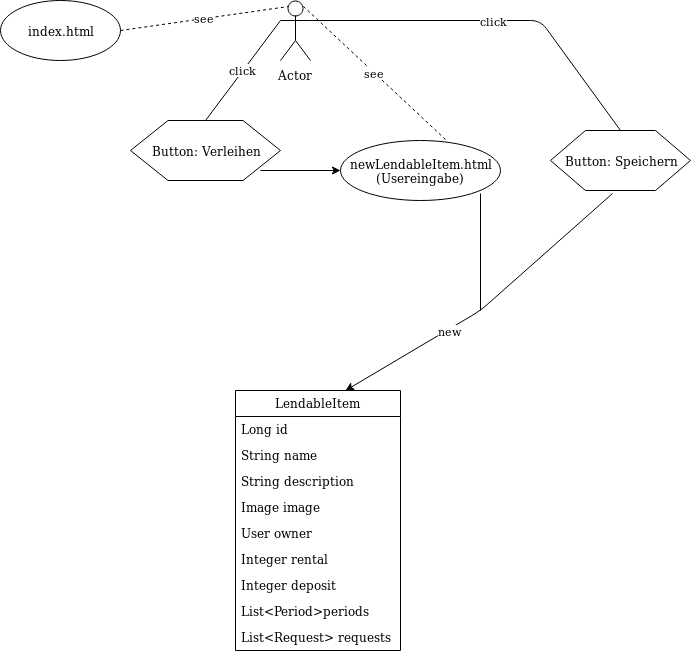
Jukre111/Propra-im-Team keeps this draw.io diagram as Diagram/newLendableItem.png. Above is the earlier version. Source tidied: cells renumbered, new cells last; positions are measured from the earlier drawing's top-left corner, leaving out a move shared by most shapes.
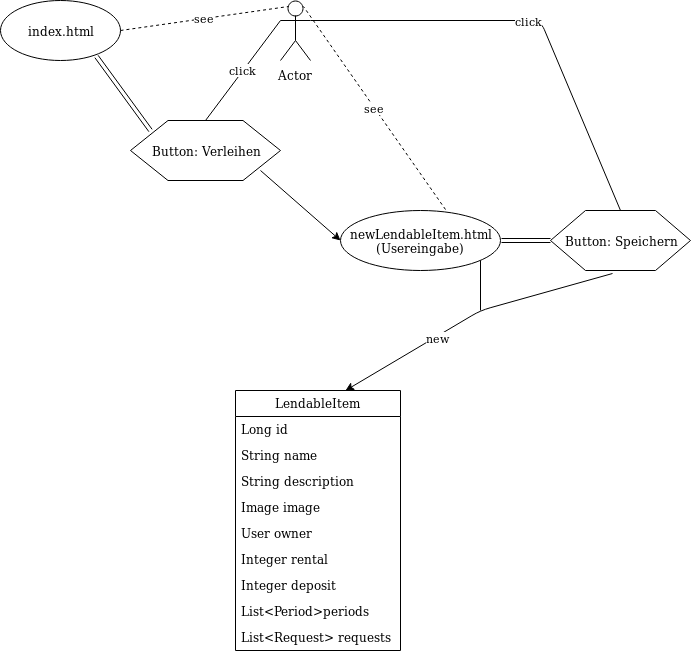
Above is the later version.

Change to the diagram source:
```diff
@@ -17,19 +17,17 @@
     <mxCell id="6" value="click" style="endArrow=none;html=1;entryX=0;entryY=0.3333333333333333;entryDx=0;entryDy=0;entryPerimeter=0;exitX=0.5;exitY=0;exitDx=0;exitDy=0;" parent="1" edge="1" source="5" target="2">
       <mxGeometry relative="1" as="geometry" />
     </mxCell>
-    <mxCell id="7" style="endArrow=classic;html=1;exitX=0.867;exitY=0.833;exitDx=0;exitDy=0;exitPerimeter=0;" parent="1" edge="1" source="5">
-      <mxGeometry relative="1" as="geometry">
-        <mxPoint x="340" y="170" as="targetPoint" />
-      </mxGeometry>
+    <mxCell id="7" style="endArrow=classic;html=1;exitX=0.867;exitY=0.833;exitDx=0;exitDy=0;exitPerimeter=0;entryX=0;entryY=0.5;entryDx=0;entryDy=0;" parent="1" edge="1" source="5" target="8">
+      <mxGeometry relative="1" as="geometry" />
     </mxCell>
     <mxCell id="8" value="&lt;div&gt;newLendableItem.html&lt;/div&gt;&lt;div&gt;(Usereingabe)&lt;br&gt;&lt;/div&gt;" style="ellipse;whiteSpace=wrap;html=1;" parent="1" vertex="1">
-      <mxGeometry x="340" y="140" width="160" height="60" as="geometry" />
+      <mxGeometry x="340" y="210" width="160" height="60" as="geometry" />
     </mxCell>
     <mxCell id="9" value="see" style="endArrow=none;dashed=1;html=1;entryX=0.75;entryY=0.1;entryDx=0;entryDy=0;entryPerimeter=0;exitX=0.656;exitY=-0.017;exitDx=0;exitDy=0;exitPerimeter=0;" parent="1" edge="1" source="8" target="2">
       <mxGeometry relative="1" as="geometry" />
     </mxCell>
     <mxCell id="10" value="Button: Speichern" style="shape=hexagon;perimeter=hexagonPerimeter2;whiteSpace=wrap;html=1;" parent="1" vertex="1">
-      <mxGeometry x="550" y="130" width="140" height="60" as="geometry" />
+      <mxGeometry x="550" y="210" width="140" height="60" as="geometry" />
     </mxCell>
     <mxCell id="11" value="click" style="endArrow=none;html=1;entryX=0.5;entryY=0;entryDx=0;entryDy=0;" parent="1" edge="1" target="10">
       <mxGeometry relative="1" as="geometry">
@@ -50,7 +48,7 @@
     <mxCell id="13" style="endArrow=none;html=1;" parent="1" edge="1">
       <mxGeometry relative="1" as="geometry">
         <mxPoint x="480" y="310" as="sourcePoint" />
-        <mxPoint x="480" y="193" as="targetPoint" />
+        <mxPoint x="480" y="260" as="targetPoint" />
       </mxGeometry>
     </mxCell>
     <mxCell id="14" value="LendableItem" style="swimlane;fontStyle=0;horizontal=1;startSize=26;fillColor=none;" parent="1" vertex="1">
@@ -83,5 +81,13 @@
     <mxCell id="23" value="List&lt;Request&gt; requests" style="text;strokeColor=none;fillColor=none;align=left;verticalAlign=top;spacingLeft=4;spacingRight=4;overflow=hidden;" parent="14" vertex="1">
       <mxGeometry y="234" width="165" height="26" as="geometry" />
     </mxCell>
+    <mxCell id="24" style="shape=link;html=1;" parent="1" edge="1" target="10">
+      <mxGeometry relative="1" as="geometry">
+        <mxPoint x="501" y="240" as="sourcePoint" />
+      </mxGeometry>
+    </mxCell>
+    <mxCell id="25" style="shape=link;html=1;entryX=0.8;entryY=0.933;entryDx=0;entryDy=0;exitX=0.133;exitY=0.167;exitDx=0;exitDy=0;exitPerimeter=0;entryPerimeter=0;" parent="1" edge="1" source="5" target="3">
+      <mxGeometry relative="1" as="geometry" />
+    </mxCell>
   </root>
 </mxGraphModel>
```
